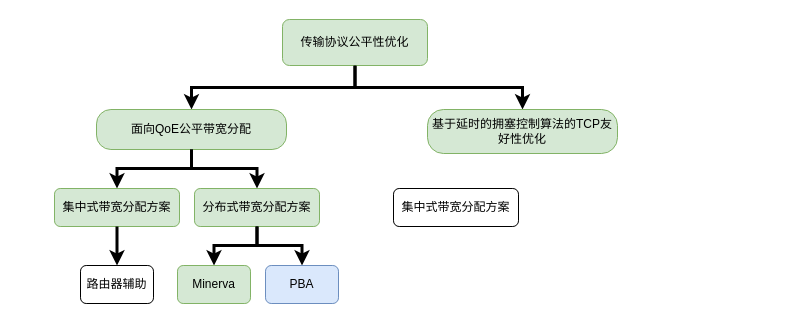
Earlier version of the draw.io diagram Untitled Diagram.drawio (Lingnuo/Project01). Source tidied: cells renumbered, new cells numbered last; positions are measured from the earlier drawing's top-left corner, leaving out a move shared by most shapes. Both pictures are drawn from the tidied source at 100%, with x=0, y=0 at pixel (54, 19).
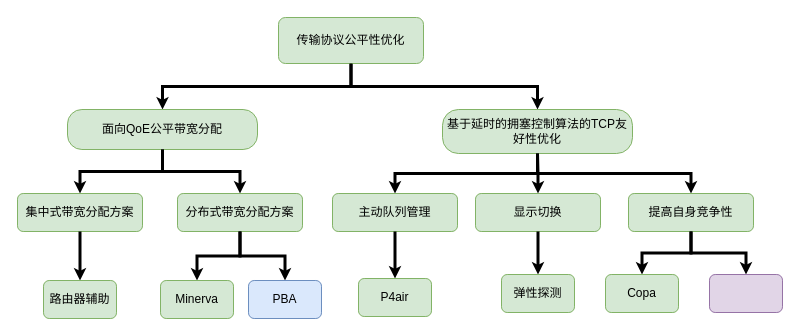
The same page after the edit.

Change to the diagram source:
```diff
@@
-    <mxCell id="2" style="edgeStyle=orthogonalEdgeStyle;rounded=0;jettySize=auto;html=1;exitX=0.5;exitY=1;exitDx=0;exitDy=0;entryX=0.5;entryY=0;entryDx=0;entryDy=0;strokeWidth=3;" parent="1" edge="1" source="3" target="4">
+    <mxCell id="2" style="edgeStyle=orthogonalEdgeStyle;rounded=0;jettySize=auto;html=1;exitX=0.5;exitY=1;exitDx=0;exitDy=0;entryX=0.5;entryY=0;entryDx=0;entryDy=0;strokeWidth=3;startSize=3;endSize=3;" parent="1" edge="1" source="3" target="4">
       <mxGeometry relative="1" as="geometry" />
     </mxCell>
     <mxCell id="3" value="传输协议公平性优化" style="rounded=1;whiteSpace=wrap;html=1;fillColor=#d5e8d4;strokeColor=#82b366;" parent="1" vertex="1">
-      <mxGeometry x="228" width="145" height="46" as="geometry" />
+      <mxGeometry x="224" y="-2" width="145" height="46" as="geometry" />
     </mxCell>
     <mxCell id="4" value="面向QoE公平带宽分配" style="rounded=1;whiteSpace=wrap;html=1;arcSize=36;fillColor=#d5e8d4;strokeColor=#82b366;" parent="1" vertex="1">
-      <mxGeometry x="42" y="90" width="190" height="40" as="geometry" />
+      <mxGeometry x="13" y="90" width="190" height="40" as="geometry" />
     </mxCell>
-    <mxCell id="5" style="edgeStyle=orthogonalEdgeStyle;rounded=0;jettySize=auto;html=1;exitX=0.5;exitY=0;exitDx=0;exitDy=0;strokeWidth=3;startArrow=classic;startFill=1;endArrow=none;endFill=0;" parent="1" edge="1" source="11" target="3">
-      <mxGeometry relative="1" as="geometry" />
-    </mxCell>
-    <mxCell id="6" style="edgeStyle=orthogonalEdgeStyle;rounded=0;jettySize=auto;html=1;exitX=0.5;exitY=0;exitDx=0;exitDy=0;entryX=0.5;entryY=1;entryDx=0;entryDy=0;startArrow=classic;startFill=1;endArrow=none;endFill=0;strokeWidth=3;" parent="1" edge="1" source="7" target="4">
+    <mxCell id="6" style="edgeStyle=orthogonalEdgeStyle;rounded=0;jettySize=auto;html=1;exitX=0.5;exitY=0;exitDx=0;exitDy=0;entryX=0.5;entryY=1;entryDx=0;entryDy=0;startArrow=classic;startFill=1;endArrow=none;endFill=0;strokeWidth=3;startSize=3;endSize=3;" parent="1" edge="1" source="7" target="4">
       <mxGeometry relative="1" as="geometry" />
     </mxCell>
     <mxCell id="7" value="集中式带宽分配方案" style="rounded=1;whiteSpace=wrap;html=1;fillColor=#d5e8d4;strokeColor=#82b366;" parent="1" vertex="1">
-      <mxGeometry y="169" width="125" height="38" as="geometry" />
+      <mxGeometry x="-37" y="174" width="125" height="38" as="geometry" />
     </mxCell>
-    <mxCell id="8" style="edgeStyle=orthogonalEdgeStyle;rounded=0;jettySize=auto;html=1;exitX=0.5;exitY=0;exitDx=0;exitDy=0;entryX=0.5;entryY=1;entryDx=0;entryDy=0;startArrow=classic;startFill=1;endArrow=none;endFill=0;strokeWidth=3;" parent="1" edge="1" source="9" target="4">
+    <mxCell id="8" style="edgeStyle=orthogonalEdgeStyle;rounded=0;jettySize=auto;html=1;entryX=0.5;entryY=1;entryDx=0;entryDy=0;startArrow=classic;startFill=1;endArrow=none;endFill=0;startSize=3;endSize=3;strokeWidth=3;" parent="1" edge="1" source="9" target="4">
       <mxGeometry relative="1" as="geometry" />
     </mxCell>
     <mxCell id="9" value="分布式带宽分配方案" style="rounded=1;whiteSpace=wrap;html=1;fillColor=#d5e8d4;strokeColor=#82b366;" parent="1" vertex="1">
-      <mxGeometry x="140" y="169" width="125" height="38" as="geometry" />
+      <mxGeometry x="123" y="174" width="125" height="38" as="geometry" />
     </mxCell>
+    <mxCell id="18" style="edgeStyle=orthogonalEdgeStyle;rounded=0;jettySize=auto;html=1;entryX=0.5;entryY=1;entryDx=0;entryDy=0;startArrow=classic;startFill=1;endArrow=none;endFill=0;startSize=3;endSize=3;strokeWidth=3;" parent="1" edge="1" source="10" target="11">
+      <mxGeometry relative="1" as="geometry" />
+    </mxCell>
-    <mxCell id="10" value="集中式带宽分配方案" style="rounded=1;whiteSpace=wrap;html=1;" parent="1" vertex="1">
-      <mxGeometry x="339" y="169" width="125" height="38" as="geometry" />
+    <mxCell id="10" value="主动队列管理" style="rounded=1;whiteSpace=wrap;html=1;fillColor=#d5e8d4;strokeColor=#82b366;" parent="1" vertex="1">
+      <mxGeometry x="278" y="174" width="125" height="38" as="geometry" />
     </mxCell>
+    <mxCell id="5" style="edgeStyle=orthogonalEdgeStyle;rounded=0;jettySize=auto;html=1;exitX=0.5;exitY=0;exitDx=0;exitDy=0;entryX=0.5;entryY=1;entryDx=0;entryDy=0;startArrow=classic;startFill=1;endArrow=none;endFill=0;startSize=3;endSize=3;strokeWidth=3;" parent="1" edge="1" source="11" target="3">
+      <mxGeometry relative="1" as="geometry" />
+    </mxCell>
     <mxCell id="11" value="基于延时的拥塞控制算法的TCP友好性优化" style="rounded=1;whiteSpace=wrap;html=1;arcSize=36;fillColor=#d5e8d4;strokeColor=#82b366;" parent="1" vertex="1">
-      <mxGeometry x="373" y="90" width="190" height="44" as="geometry" />
+      <mxGeometry x="388" y="90" width="190" height="44" as="geometry" />
     </mxCell>
-    <mxCell id="12" style="edgeStyle=orthogonalEdgeStyle;rounded=0;jettySize=auto;html=1;entryX=0.5;entryY=1;entryDx=0;entryDy=0;startArrow=classic;startFill=1;endArrow=none;endFill=0;strokeWidth=3;" parent="1" edge="1" source="13" target="7">
+    <mxCell id="12" style="edgeStyle=orthogonalEdgeStyle;rounded=0;jettySize=auto;html=1;entryX=0.5;entryY=1;entryDx=0;entryDy=0;startArrow=classic;startFill=1;endArrow=none;endFill=0;strokeWidth=3;startSize=3;endSize=3;" parent="1" edge="1" source="13" target="7">
       <mxGeometry relative="1" as="geometry" />
     </mxCell>
-    <mxCell id="13" value="路由器辅助" style="rounded=1;whiteSpace=wrap;html=1;" parent="1" vertex="1">
-      <mxGeometry x="26" y="246" width="73" height="38" as="geometry" />
+    <mxCell id="13" value="路由器辅助" style="rounded=1;whiteSpace=wrap;html=1;fillColor=#d5e8d4;strokeColor=#82b366;" parent="1" vertex="1">
+      <mxGeometry x="-11" y="261" width="73" height="38" as="geometry" />
     </mxCell>
-    <mxCell id="14" style="edgeStyle=orthogonalEdgeStyle;rounded=0;jettySize=auto;html=1;entryX=0.5;entryY=1;entryDx=0;entryDy=0;startArrow=classic;startFill=1;endArrow=none;endFill=0;strokeWidth=3;" parent="1" edge="1" source="15" target="9">
+    <mxCell id="14" style="edgeStyle=orthogonalEdgeStyle;rounded=0;jettySize=auto;html=1;entryX=0.5;entryY=1;entryDx=0;entryDy=0;startArrow=classic;startFill=1;endArrow=none;endFill=0;strokeWidth=3;startSize=3;endSize=3;" parent="1" edge="1" source="15" target="9">
       <mxGeometry relative="1" as="geometry" />
     </mxCell>
     <mxCell id="15" value="Minerva" style="rounded=1;whiteSpace=wrap;html=1;fillColor=#d5e8d4;strokeColor=#82b366;" parent="1" vertex="1">
-      <mxGeometry x="123" y="246" width="73" height="38" as="geometry" />
+      <mxGeometry x="106" y="261" width="73" height="38" as="geometry" />
     </mxCell>
-    <mxCell id="16" style="edgeStyle=orthogonalEdgeStyle;rounded=0;jettySize=auto;html=1;entryX=0.5;entryY=1;entryDx=0;entryDy=0;startArrow=classic;startFill=1;endArrow=none;endFill=0;strokeWidth=3;" parent="1" edge="1" source="17" target="9">
+    <mxCell id="16" style="edgeStyle=orthogonalEdgeStyle;rounded=0;jettySize=auto;html=1;entryX=0.5;entryY=1;entryDx=0;entryDy=0;startArrow=classic;startFill=1;endArrow=none;endFill=0;strokeWidth=3;startSize=3;endSize=3;" parent="1" edge="1" source="17" target="9">
       <mxGeometry relative="1" as="geometry" />
     </mxCell>
     <mxCell id="17" value="PBA" style="rounded=1;whiteSpace=wrap;html=1;fillColor=#dae8fc;strokeColor=#6c8ebf;" parent="1" vertex="1">
-      <mxGeometry x="211" y="246" width="73" height="38" as="geometry" />
+      <mxGeometry x="194" y="261" width="73" height="38" as="geometry" />
     </mxCell>
+    <mxCell id="19" style="edgeStyle=orthogonalEdgeStyle;rounded=0;jettySize=auto;html=1;entryX=0.5;entryY=1;entryDx=0;entryDy=0;startArrow=classic;startFill=1;endArrow=none;endFill=0;startSize=3;endSize=3;strokeWidth=3;" parent="1" edge="1" source="20" target="11">
+      <mxGeometry relative="1" as="geometry" />
+    </mxCell>
+    <mxCell id="20" value="显示切换" style="rounded=1;whiteSpace=wrap;html=1;fillColor=#d5e8d4;strokeColor=#82b366;" parent="1" vertex="1">
+      <mxGeometry x="421" y="174" width="125" height="38" as="geometry" />
+    </mxCell>
+    <mxCell id="21" style="edgeStyle=orthogonalEdgeStyle;rounded=0;jettySize=auto;html=1;entryX=0.5;entryY=1;entryDx=0;entryDy=0;startArrow=classic;startFill=1;endArrow=none;endFill=0;startSize=3;endSize=3;strokeWidth=3;" parent="1" edge="1" source="22" target="11">
+      <mxGeometry relative="1" as="geometry" />
+    </mxCell>
+    <mxCell id="22" value="提高自身竞争性" style="rounded=1;whiteSpace=wrap;html=1;fillColor=#d5e8d4;strokeColor=#82b366;" parent="1" vertex="1">
+      <mxGeometry x="574" y="174" width="125" height="38" as="geometry" />
+    </mxCell>
+    <mxCell id="23" style="edgeStyle=orthogonalEdgeStyle;rounded=0;jettySize=auto;html=1;entryX=0.5;entryY=1;entryDx=0;entryDy=0;startArrow=classic;startFill=1;endArrow=none;endFill=0;startSize=3;endSize=3;strokeWidth=3;" parent="1" edge="1" source="24" target="10">
+      <mxGeometry relative="1" as="geometry" />
+    </mxCell>
+    <mxCell id="24" value="P4air" style="rounded=1;whiteSpace=wrap;html=1;fillColor=#d5e8d4;strokeColor=#82b366;" parent="1" vertex="1">
+      <mxGeometry x="304" y="259" width="73" height="38" as="geometry" />
+    </mxCell>
+    <mxCell id="25" style="edgeStyle=orthogonalEdgeStyle;rounded=0;jettySize=auto;html=1;entryX=0.5;entryY=1;entryDx=0;entryDy=0;startArrow=classic;startFill=1;endArrow=none;endFill=0;startSize=3;endSize=3;strokeWidth=3;" parent="1" edge="1" source="26" target="20">
+      <mxGeometry relative="1" as="geometry" />
+    </mxCell>
+    <mxCell id="26" value="弹性探测" style="rounded=1;whiteSpace=wrap;html=1;fillColor=#d5e8d4;strokeColor=#82b366;" parent="1" vertex="1">
+      <mxGeometry x="447" y="255" width="73" height="38" as="geometry" />
+    </mxCell>
+    <mxCell id="27" style="edgeStyle=orthogonalEdgeStyle;rounded=0;jettySize=auto;html=1;entryX=0.5;entryY=1;entryDx=0;entryDy=0;startArrow=classic;startFill=1;endArrow=none;endFill=0;startSize=3;endSize=3;strokeWidth=3;" parent="1" edge="1" source="28" target="22">
+      <mxGeometry relative="1" as="geometry" />
+    </mxCell>
+    <mxCell id="28" value="Copa" style="rounded=1;whiteSpace=wrap;html=1;fillColor=#d5e8d4;strokeColor=#82b366;" parent="1" vertex="1">
+      <mxGeometry x="551" y="255" width="73" height="38" as="geometry" />
+    </mxCell>
+    <mxCell id="29" style="edgeStyle=orthogonalEdgeStyle;rounded=0;jettySize=auto;html=1;entryX=0.5;entryY=1;entryDx=0;entryDy=0;startArrow=classic;startFill=1;endArrow=none;endFill=0;startSize=3;endSize=3;strokeWidth=3;" parent="1" edge="1" source="30" target="22">
+      <mxGeometry relative="1" as="geometry" />
+    </mxCell>
+    <mxCell id="30" style="rounded=1;whiteSpace=wrap;html=1;fillColor=#e1d5e7;strokeColor=#9673a6;" parent="1" vertex="1">
+      <mxGeometry x="655" y="255" width="73" height="38" as="geometry" />
+    </mxCell>
```
